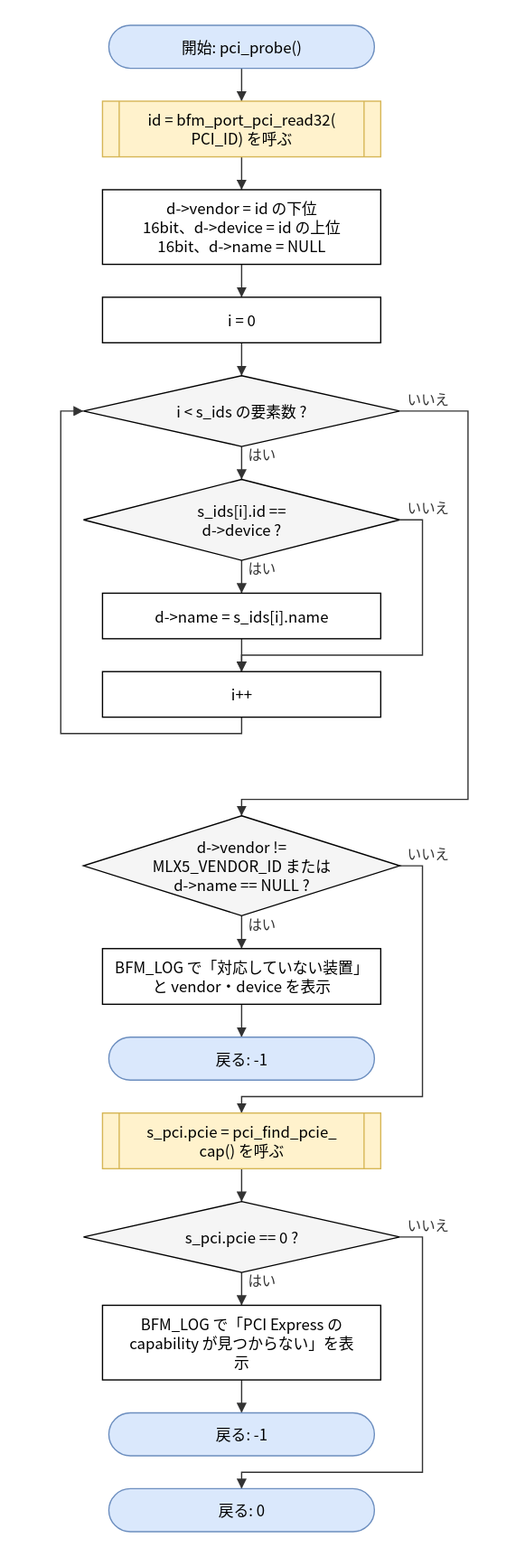
Before: doc/spec/images/flow_src_bfm_pci-pci_probe.drawio.svg, a diagram exported from draw.io (hf355051012-ai/bfmem). Source tidied: cells renumbered, new cells last; positions are measured from the earlier drawing's top-left corner, leaving out a move shared by most shapes. Its diagram source:
```xml
<mxGraphModel>
  <root>
    <mxCell id="0" />
    <mxCell id="1" parent="0" />
    <mxCell id="2" value="開始: pci_probe()" style="rounded=1;arcSize=50;whiteSpace=wrap;html=1;fillColor=#dae8fc;strokeColor=#6c8ebf;" parent="1" vertex="1">
      <mxGeometry x="38" width="210" height="34" as="geometry" />
    </mxCell>
    <mxCell id="3" value="id = bfm_port_pci_read32(&lt;br&gt;PCI_ID) を呼ぶ" style="shape=process;whiteSpace=wrap;html=1;backgroundOutline=1;size=0.06;fillColor=#fff2cc;strokeColor=#d6b656;" parent="1" vertex="1">
      <mxGeometry x="33" y="60" width="220" height="44" as="geometry" />
    </mxCell>
    <mxCell id="4" value="d-&amp;gt;vendor = id の下位&lt;br&gt;16bit、d-&amp;gt;device = id の上位&lt;br&gt;16bit、d-&amp;gt;name = NULL" style="rounded=0;whiteSpace=wrap;html=1;" parent="1" vertex="1">
      <mxGeometry x="33" y="130" width="220" height="59" as="geometry" />
    </mxCell>
    <mxCell id="5" value="i = 0" style="rounded=0;whiteSpace=wrap;html=1;" parent="1" vertex="1">
      <mxGeometry x="33" y="215" width="220" height="36" as="geometry" />
    </mxCell>
    <mxCell id="6" value="i &amp;lt; s_ids の要素数 ?" style="rhombus;whiteSpace=wrap;html=1;fillColor=#f5f5f5;" parent="1" vertex="1">
      <mxGeometry x="18" y="277" width="250" height="56" as="geometry" />
    </mxCell>
    <mxCell id="7" value="s_ids[i].id ==&lt;br&gt;d-&amp;gt;device ?" style="rhombus;whiteSpace=wrap;html=1;fillColor=#f5f5f5;" parent="1" vertex="1">
      <mxGeometry x="18" y="359" width="250" height="64" as="geometry" />
    </mxCell>
    <mxCell id="8" value="d-&amp;gt;name = s_ids[i].name" style="rounded=0;whiteSpace=wrap;html=1;" parent="1" vertex="1">
      <mxGeometry x="33" y="449" width="220" height="36" as="geometry" />
    </mxCell>
    <mxCell id="9" value="i++" style="rounded=0;whiteSpace=wrap;html=1;" parent="1" vertex="1">
      <mxGeometry x="33" y="511" width="220" height="36" as="geometry" />
    </mxCell>
    <mxCell id="10" value="d-&amp;gt;vendor !=&lt;br&gt;MLX5_VENDOR_ID または&lt;br&gt;d-&amp;gt;name == NULL ?" style="rhombus;whiteSpace=wrap;html=1;fillColor=#f5f5f5;" parent="1" vertex="1">
      <mxGeometry x="18" y="625" width="250" height="79" as="geometry" />
    </mxCell>
    <mxCell id="11" value="BFM_LOG で「対応していない装置」&lt;br&gt;と vendor・device を表示" style="rounded=0;whiteSpace=wrap;html=1;" parent="1" vertex="1">
      <mxGeometry x="33" y="730" width="220" height="44" as="geometry" />
    </mxCell>
    <mxCell id="12" value="戻る: -1" style="rounded=1;arcSize=50;whiteSpace=wrap;html=1;fillColor=#dae8fc;strokeColor=#6c8ebf;" parent="1" vertex="1">
      <mxGeometry x="38" y="800" width="210" height="34" as="geometry" />
    </mxCell>
    <mxCell id="13" value="s_pci.pcie = pci_find_pcie_&lt;br&gt;cap() を呼ぶ" style="shape=process;whiteSpace=wrap;html=1;backgroundOutline=1;size=0.06;fillColor=#fff2cc;strokeColor=#d6b656;" parent="1" vertex="1">
      <mxGeometry x="33" y="860" width="220" height="44" as="geometry" />
    </mxCell>
    <mxCell id="14" value="s_pci.pcie == 0 ?" style="rhombus;whiteSpace=wrap;html=1;fillColor=#f5f5f5;" parent="1" vertex="1">
      <mxGeometry x="18" y="930" width="250" height="56" as="geometry" />
    </mxCell>
    <mxCell id="15" value="BFM_LOG で「PCI Express の&lt;br&gt;capability が見つからない」を表&lt;br&gt;示" style="rounded=0;whiteSpace=wrap;html=1;" parent="1" vertex="1">
      <mxGeometry x="33" y="1012" width="220" height="59" as="geometry" />
    </mxCell>
    <mxCell id="16" value="戻る: -1" style="rounded=1;arcSize=50;whiteSpace=wrap;html=1;fillColor=#dae8fc;strokeColor=#6c8ebf;" parent="1" vertex="1">
      <mxGeometry x="38" y="1097" width="210" height="34" as="geometry" />
    </mxCell>
    <mxCell id="17" value="戻る: 0" style="rounded=1;arcSize=50;whiteSpace=wrap;html=1;fillColor=#dae8fc;strokeColor=#6c8ebf;" parent="1" vertex="1">
      <mxGeometry x="38" y="1157" width="210" height="34" as="geometry" />
    </mxCell>
    <mxCell id="18" style="edgeStyle=none;html=1;rounded=0;endArrow=block;endFill=1;exitX=0.5000;exitY=1.0000;exitDx=0;exitDy=0;exitPerimeter=0;entryX=0.5000;entryY=0.0000;entryDx=0;entryDy=0;entryPerimeter=0;" parent="1" edge="1" source="2" target="3">
      <mxGeometry relative="1" as="geometry" />
    </mxCell>
    <mxCell id="19" style="edgeStyle=none;html=1;rounded=0;endArrow=block;endFill=1;exitX=0.5000;exitY=1.0000;exitDx=0;exitDy=0;exitPerimeter=0;entryX=0.5000;entryY=0.0000;entryDx=0;entryDy=0;entryPerimeter=0;" parent="1" edge="1" source="3" target="4">
      <mxGeometry relative="1" as="geometry" />
    </mxCell>
    <mxCell id="20" style="edgeStyle=none;html=1;rounded=0;endArrow=block;endFill=1;exitX=0.5000;exitY=1.0000;exitDx=0;exitDy=0;exitPerimeter=0;entryX=0.5000;entryY=0.0000;entryDx=0;entryDy=0;entryPerimeter=0;" parent="1" edge="1" source="4" target="5">
      <mxGeometry relative="1" as="geometry" />
    </mxCell>
    <mxCell id="21" style="edgeStyle=none;html=1;rounded=0;endArrow=block;endFill=1;exitX=0.5000;exitY=1.0000;exitDx=0;exitDy=0;exitPerimeter=0;entryX=0.5000;entryY=0.0000;entryDx=0;entryDy=0;entryPerimeter=0;" parent="1" edge="1" source="5" target="6">
      <mxGeometry relative="1" as="geometry" />
    </mxCell>
    <mxCell id="22" value="はい" style="edgeStyle=none;html=1;rounded=0;endArrow=block;endFill=1;exitX=0.5000;exitY=1.0000;exitDx=0;exitDy=0;exitPerimeter=0;entryX=0.5000;entryY=0.0000;entryDx=0;entryDy=0;entryPerimeter=0;" parent="1" edge="1" source="6" target="7">
      <mxGeometry relative="1" as="geometry" />
    </mxCell>
    <mxCell id="23" value="はい" style="edgeStyle=none;html=1;rounded=0;endArrow=block;endFill=1;exitX=0.5000;exitY=1.0000;exitDx=0;exitDy=0;exitPerimeter=0;entryX=0.5000;entryY=0.0000;entryDx=0;entryDy=0;entryPerimeter=0;" parent="1" edge="1" source="7" target="8">
      <mxGeometry relative="1" as="geometry" />
    </mxCell>
    <mxCell id="24" style="edgeStyle=none;html=1;rounded=0;endArrow=block;endFill=1;exitX=0.5000;exitY=1.0000;exitDx=0;exitDy=0;exitPerimeter=0;entryX=0.5000;entryY=0.0000;entryDx=0;entryDy=0;entryPerimeter=0;" parent="1" edge="1" source="8" target="9">
      <mxGeometry relative="1" as="geometry" />
    </mxCell>
    <mxCell id="25" value="いいえ" style="edgeStyle=none;html=1;rounded=0;endArrow=block;endFill=1;exitX=1.0000;exitY=0.5000;exitDx=0;exitDy=0;exitPerimeter=0;entryX=0.5000;entryY=0.0000;entryDx=0;entryDy=0;entryPerimeter=0;" parent="1" edge="1" source="7" target="9">
      <mxGeometry relative="1" as="geometry">
        <Array as="points">
          <mxPoint x="286" y="391" />
          <mxPoint x="286" y="498" />
          <mxPoint x="143" y="498" />
        </Array>
      </mxGeometry>
    </mxCell>
    <mxCell id="26" style="edgeStyle=none;html=1;rounded=0;endArrow=block;endFill=1;exitX=0.5000;exitY=1.0000;exitDx=0;exitDy=0;exitPerimeter=0;entryX=0.0000;entryY=0.5000;entryDx=0;entryDy=0;entryPerimeter=0;" parent="1" edge="1" source="9" target="6">
      <mxGeometry relative="1" as="geometry">
        <Array as="points">
          <mxPoint x="143" y="560" />
          <mxPoint y="560" />
          <mxPoint y="305" />
        </Array>
      </mxGeometry>
    </mxCell>
    <mxCell id="27" value="いいえ" style="edgeStyle=none;html=1;rounded=0;endArrow=block;endFill=1;exitX=1.0000;exitY=0.5000;exitDx=0;exitDy=0;exitPerimeter=0;entryX=0.5000;entryY=0.0000;entryDx=0;entryDy=0;entryPerimeter=0;" parent="1" edge="1" source="6" target="10">
      <mxGeometry relative="1" as="geometry">
        <Array as="points">
          <mxPoint x="322" y="305" />
          <mxPoint x="322" y="612" />
          <mxPoint x="143" y="612" />
        </Array>
      </mxGeometry>
    </mxCell>
    <mxCell id="28" value="はい" style="edgeStyle=none;html=1;rounded=0;endArrow=block;endFill=1;exitX=0.5000;exitY=1.0000;exitDx=0;exitDy=0;exitPerimeter=0;entryX=0.5000;entryY=0.0000;entryDx=0;entryDy=0;entryPerimeter=0;" parent="1" edge="1" source="10" target="11">
      <mxGeometry relative="1" as="geometry" />
    </mxCell>
    <mxCell id="29" style="edgeStyle=none;html=1;rounded=0;endArrow=block;endFill=1;exitX=0.5000;exitY=1.0000;exitDx=0;exitDy=0;exitPerimeter=0;entryX=0.5000;entryY=0.0000;entryDx=0;entryDy=0;entryPerimeter=0;" parent="1" edge="1" source="11" target="12">
      <mxGeometry relative="1" as="geometry" />
    </mxCell>
    <mxCell id="30" value="いいえ" style="edgeStyle=none;html=1;rounded=0;endArrow=block;endFill=1;exitX=1.0000;exitY=0.5000;exitDx=0;exitDy=0;exitPerimeter=0;entryX=0.5000;entryY=0.0000;entryDx=0;entryDy=0;entryPerimeter=0;" parent="1" edge="1" source="10" target="13">
      <mxGeometry relative="1" as="geometry">
        <Array as="points">
          <mxPoint x="286" y="664.5" />
          <mxPoint x="286" y="847" />
          <mxPoint x="143" y="847" />
        </Array>
      </mxGeometry>
    </mxCell>
    <mxCell id="31" style="edgeStyle=none;html=1;rounded=0;endArrow=block;endFill=1;exitX=0.5000;exitY=1.0000;exitDx=0;exitDy=0;exitPerimeter=0;entryX=0.5000;entryY=0.0000;entryDx=0;entryDy=0;entryPerimeter=0;" parent="1" edge="1" source="13" target="14">
      <mxGeometry relative="1" as="geometry" />
    </mxCell>
    <mxCell id="32" value="はい" style="edgeStyle=none;html=1;rounded=0;endArrow=block;endFill=1;exitX=0.5000;exitY=1.0000;exitDx=0;exitDy=0;exitPerimeter=0;entryX=0.5000;entryY=0.0000;entryDx=0;entryDy=0;entryPerimeter=0;" parent="1" edge="1" source="14" target="15">
      <mxGeometry relative="1" as="geometry" />
    </mxCell>
    <mxCell id="33" style="edgeStyle=none;html=1;rounded=0;endArrow=block;endFill=1;exitX=0.5000;exitY=1.0000;exitDx=0;exitDy=0;exitPerimeter=0;entryX=0.5000;entryY=0.0000;entryDx=0;entryDy=0;entryPerimeter=0;" parent="1" edge="1" source="15" target="16">
      <mxGeometry relative="1" as="geometry" />
    </mxCell>
    <mxCell id="34" value="いいえ" style="edgeStyle=none;html=1;rounded=0;endArrow=block;endFill=1;exitX=1.0000;exitY=0.5000;exitDx=0;exitDy=0;exitPerimeter=0;entryX=0.5000;entryY=0.0000;entryDx=0;entryDy=0;entryPerimeter=0;" parent="1" edge="1" source="14" target="17">
      <mxGeometry relative="1" as="geometry">
        <Array as="points">
          <mxPoint x="286" y="958" />
          <mxPoint x="286" y="1144" />
          <mxPoint x="143" y="1144" />
        </Array>
      </mxGeometry>
    </mxCell>
  </root>
</mxGraphModel>
```
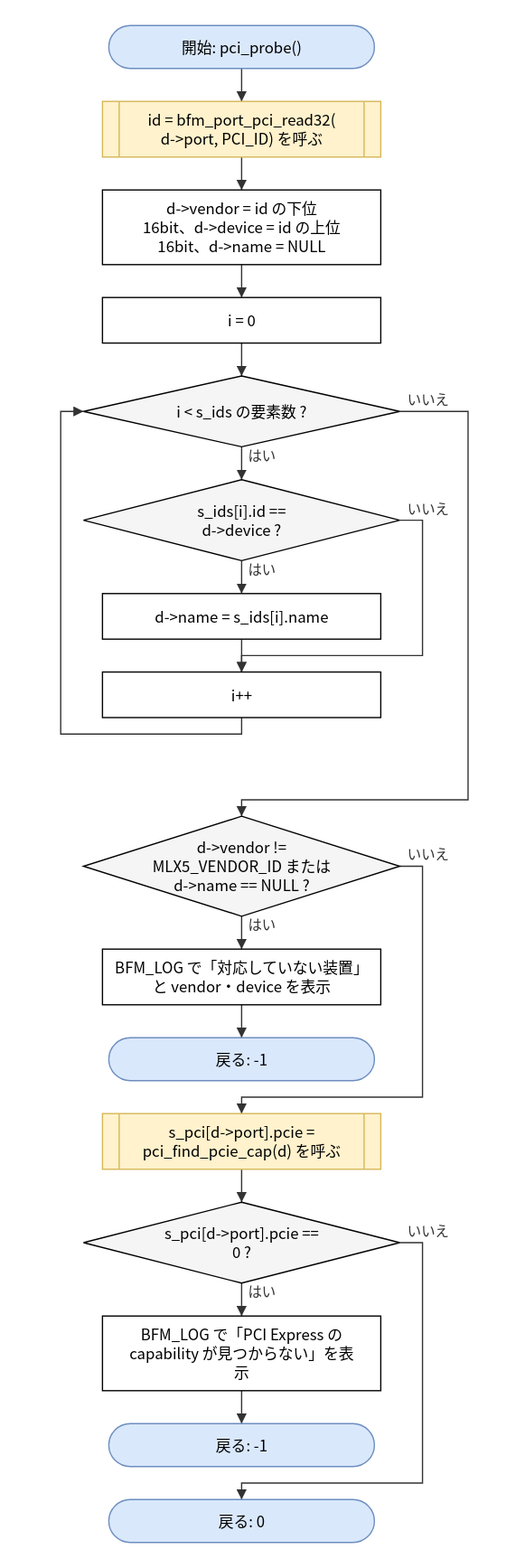
The same diagram one commit later.

Diff of the diagram source:
```diff
@@ -5,7 +5,7 @@
     <mxCell id="2" value="開始: pci_probe()" style="rounded=1;arcSize=50;whiteSpace=wrap;html=1;fillColor=#dae8fc;strokeColor=#6c8ebf;" parent="1" vertex="1">
       <mxGeometry x="38" width="210" height="34" as="geometry" />
     </mxCell>
-    <mxCell id="3" value="id = bfm_port_pci_read32(&lt;br&gt;PCI_ID) を呼ぶ" style="shape=process;whiteSpace=wrap;html=1;backgroundOutline=1;size=0.06;fillColor=#fff2cc;strokeColor=#d6b656;" parent="1" vertex="1">
+    <mxCell id="3" value="id = bfm_port_pci_read32(&lt;br&gt;d-&amp;gt;port, PCI_ID) を呼ぶ" style="shape=process;whiteSpace=wrap;html=1;backgroundOutline=1;size=0.06;fillColor=#fff2cc;strokeColor=#d6b656;" parent="1" vertex="1">
       <mxGeometry x="33" y="60" width="220" height="44" as="geometry" />
     </mxCell>
     <mxCell id="4" value="d-&amp;gt;vendor = id の下位&lt;br&gt;16bit、d-&amp;gt;device = id の上位&lt;br&gt;16bit、d-&amp;gt;name = NULL" style="rounded=0;whiteSpace=wrap;html=1;" parent="1" vertex="1">
@@ -35,20 +35,20 @@
     <mxCell id="12" value="戻る: -1" style="rounded=1;arcSize=50;whiteSpace=wrap;html=1;fillColor=#dae8fc;strokeColor=#6c8ebf;" parent="1" vertex="1">
       <mxGeometry x="38" y="800" width="210" height="34" as="geometry" />
     </mxCell>
-    <mxCell id="13" value="s_pci.pcie = pci_find_pcie_&lt;br&gt;cap() を呼ぶ" style="shape=process;whiteSpace=wrap;html=1;backgroundOutline=1;size=0.06;fillColor=#fff2cc;strokeColor=#d6b656;" parent="1" vertex="1">
+    <mxCell id="13" value="s_pci[d-&amp;gt;port].pcie =&lt;br&gt;pci_find_pcie_cap(d) を呼ぶ" style="shape=process;whiteSpace=wrap;html=1;backgroundOutline=1;size=0.06;fillColor=#fff2cc;strokeColor=#d6b656;" parent="1" vertex="1">
       <mxGeometry x="33" y="860" width="220" height="44" as="geometry" />
     </mxCell>
-    <mxCell id="14" value="s_pci.pcie == 0 ?" style="rhombus;whiteSpace=wrap;html=1;fillColor=#f5f5f5;" parent="1" vertex="1">
-      <mxGeometry x="18" y="930" width="250" height="56" as="geometry" />
+    <mxCell id="14" value="s_pci[d-&amp;gt;port].pcie ==&lt;br&gt;0 ?" style="rhombus;whiteSpace=wrap;html=1;fillColor=#f5f5f5;" parent="1" vertex="1">
+      <mxGeometry x="18" y="930" width="250" height="64" as="geometry" />
     </mxCell>
     <mxCell id="15" value="BFM_LOG で「PCI Express の&lt;br&gt;capability が見つからない」を表&lt;br&gt;示" style="rounded=0;whiteSpace=wrap;html=1;" parent="1" vertex="1">
-      <mxGeometry x="33" y="1012" width="220" height="59" as="geometry" />
+      <mxGeometry x="33" y="1020" width="220" height="59" as="geometry" />
     </mxCell>
     <mxCell id="16" value="戻る: -1" style="rounded=1;arcSize=50;whiteSpace=wrap;html=1;fillColor=#dae8fc;strokeColor=#6c8ebf;" parent="1" vertex="1">
-      <mxGeometry x="38" y="1097" width="210" height="34" as="geometry" />
+      <mxGeometry x="38" y="1105" width="210" height="34" as="geometry" />
     </mxCell>
     <mxCell id="17" value="戻る: 0" style="rounded=1;arcSize=50;whiteSpace=wrap;html=1;fillColor=#dae8fc;strokeColor=#6c8ebf;" parent="1" vertex="1">
-      <mxGeometry x="38" y="1157" width="210" height="34" as="geometry" />
+      <mxGeometry x="38" y="1165" width="210" height="34" as="geometry" />
     </mxCell>
     <mxCell id="18" style="edgeStyle=none;html=1;rounded=0;endArrow=block;endFill=1;exitX=0.5000;exitY=1.0000;exitDx=0;exitDy=0;exitPerimeter=0;entryX=0.5000;entryY=0.0000;entryDx=0;entryDy=0;entryPerimeter=0;" parent="1" edge="1" source="2" target="3">
       <mxGeometry relative="1" as="geometry" />
@@ -125,9 +125,9 @@
     <mxCell id="34" value="いいえ" style="edgeStyle=none;html=1;rounded=0;endArrow=block;endFill=1;exitX=1.0000;exitY=0.5000;exitDx=0;exitDy=0;exitPerimeter=0;entryX=0.5000;entryY=0.0000;entryDx=0;entryDy=0;entryPerimeter=0;" parent="1" edge="1" source="14" target="17">
       <mxGeometry relative="1" as="geometry">
         <Array as="points">
-          <mxPoint x="286" y="958" />
-          <mxPoint x="286" y="1144" />
-          <mxPoint x="143" y="1144" />
+          <mxPoint x="286" y="962" />
+          <mxPoint x="286" y="1152" />
+          <mxPoint x="143" y="1152" />
         </Array>
       </mxGeometry>
     </mxCell>
```
